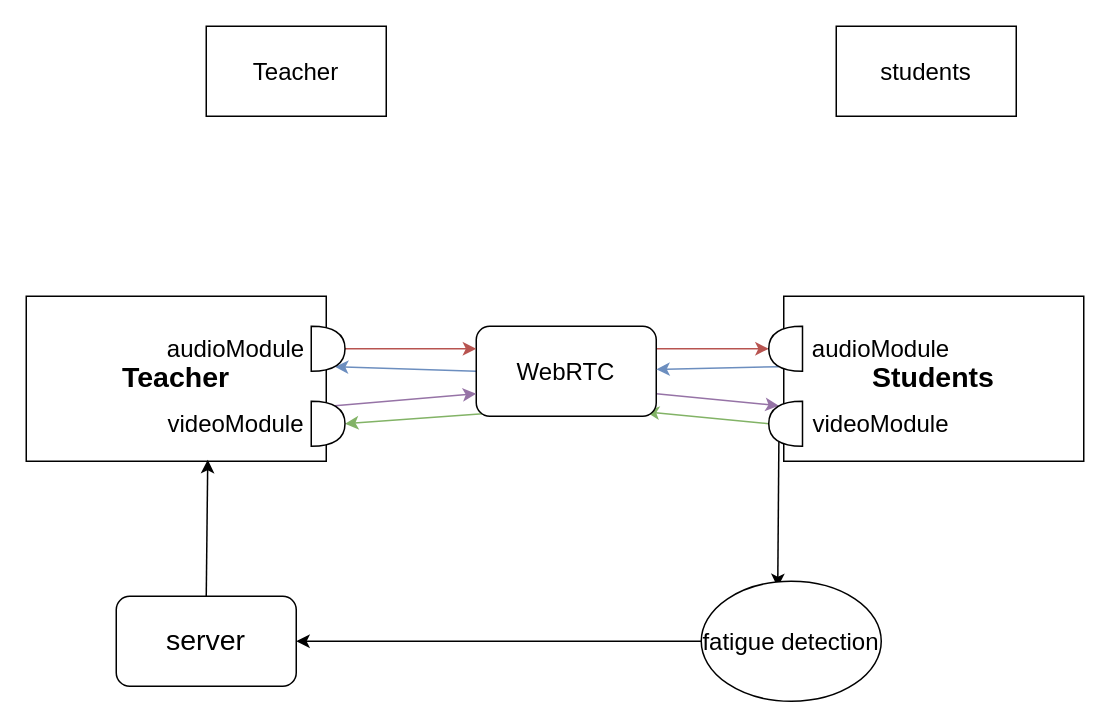
The draw.io diagram Untitled Diagram.drawio in GithubWangXiaoXi/draw-io, before the edit. Source tidied: cells renumbered, new cells numbered last; positions are measured from the earlier drawing's top-left corner, leaving out a move shared by most shapes. Both pictures are drawn from the tidied source at 150%, with x=0, y=0 at pixel (26, 26).
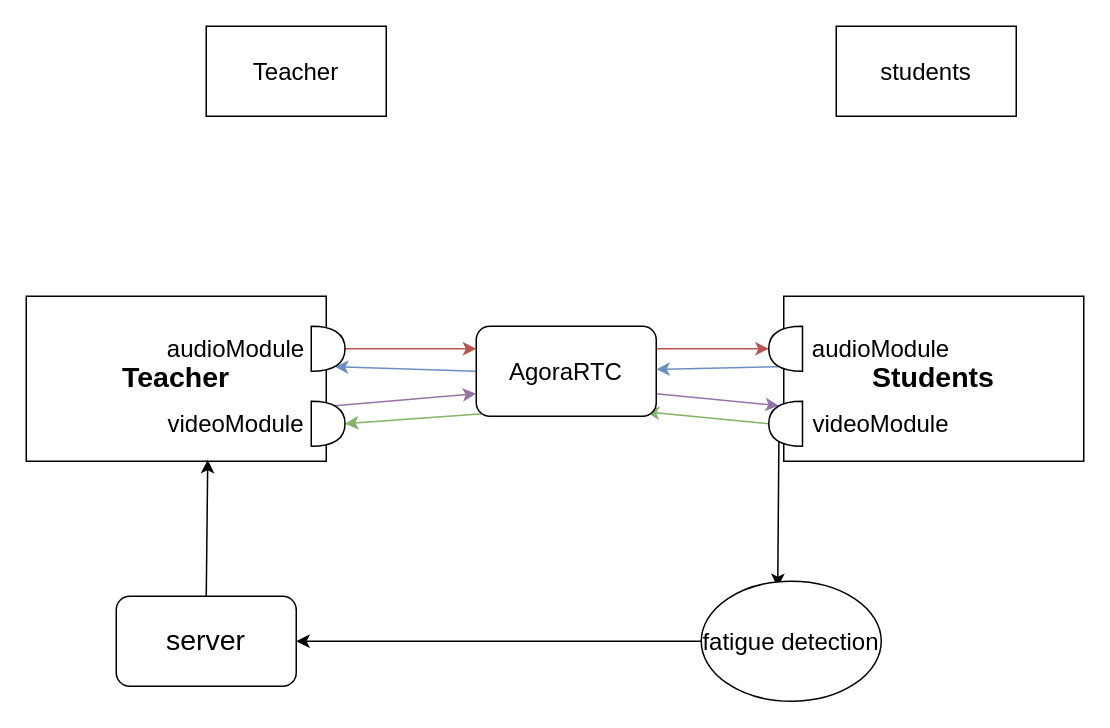
The same page after the edit.

What changed in the source:
```diff
@@
-    <mxCell id="9" value="WebRTC" style="rounded=1;whiteSpace=wrap;html=1;fontSize=16;" parent="1" vertex="1">
+    <mxCell id="9" value="AgoraRTC" style="rounded=1;whiteSpace=wrap;html=1;fontSize=16;" parent="1" vertex="1">
       <mxGeometry x="300" y="200" width="120" height="60" as="geometry" />
     </mxCell>
```
